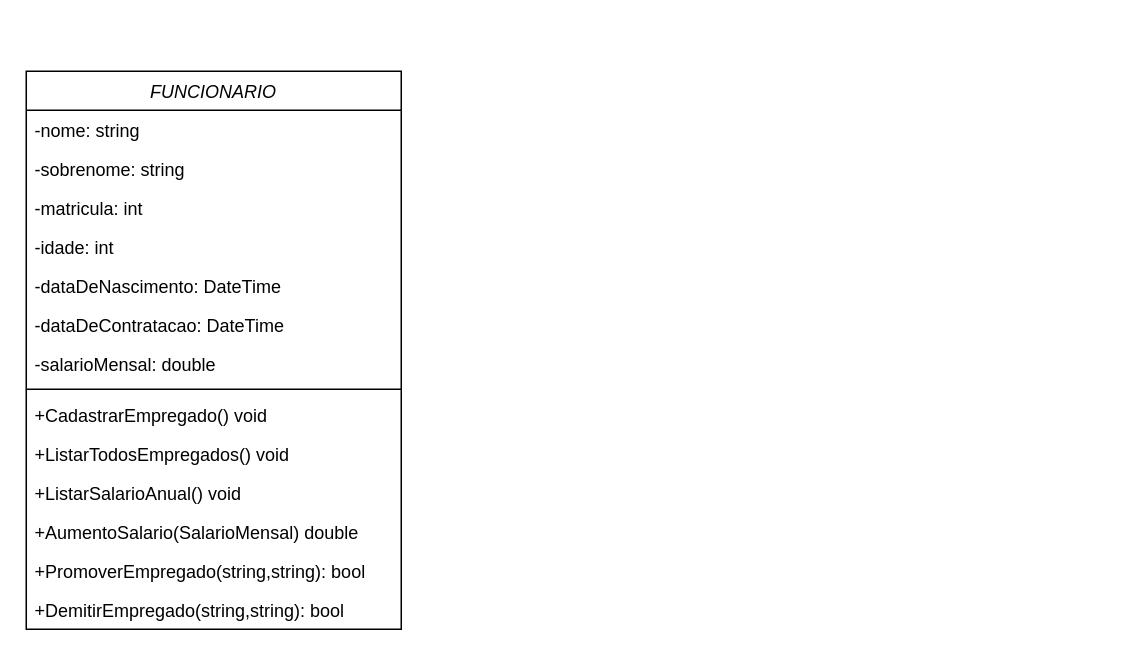
Before: Diagrama sem nome.drawio in Luthem01/EXEDUPLA, a draw.io diagram. Source tidied: cells renumbered, new cells numbered last; positions are measured from the earlier drawing's top-left corner, leaving out a move shared by most shapes. Both pictures are drawn from the tidied source at 150%, with x=0, y=0 at pixel (26, 70).
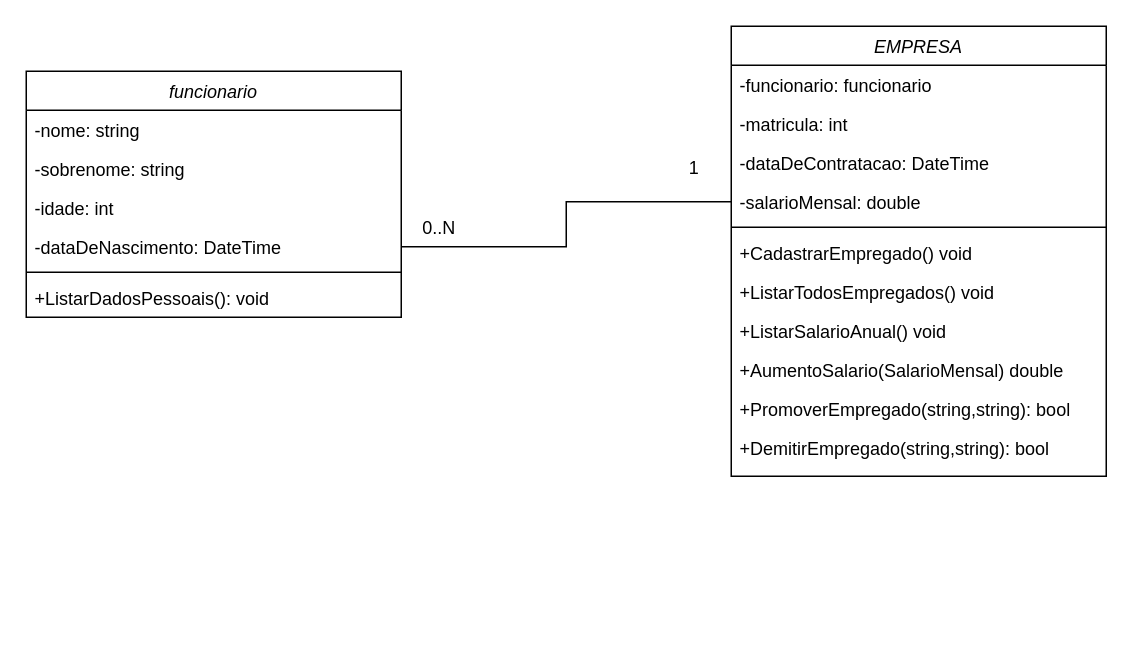
After the change.

What changed in the source:
```diff
@@
-    <mxCell id="2" value="FUNCIONARIO" style="swimlane;fontStyle=2;align=center;verticalAlign=top;horizontal=1;startSize=26;rounded=0;shadow=0;strokeWidth=1;" parent="1" vertex="1">
-      <mxGeometry width="250" height="372" as="geometry" />
+    <mxCell id="2" value="funcionario" style="swimlane;fontStyle=2;align=center;verticalAlign=top;horizontal=1;startSize=26;rounded=0;shadow=0;strokeWidth=1;" parent="1" vertex="1">
+      <mxGeometry width="250" height="164" as="geometry" />
     </mxCell>
@@
-    <mxCell id="5" value="-matricula: int" style="text;align=left;verticalAlign=top;spacingLeft=4;spacingRight=4;overflow=hidden;rounded=0;shadow=0;html=0;" parent="2" vertex="1">
-      <mxGeometry y="78" width="250" height="26" as="geometry" />
-    </mxCell>
     <mxCell id="6" value="-idade: int" style="text;align=left;verticalAlign=top;spacingLeft=4;spacingRight=4;overflow=hidden;points=[[0,0.5],[1,0.5]];portConstraint=eastwest;rounded=0;shadow=0;html=0;" parent="2" vertex="1">
-      <mxGeometry y="104" width="250" height="26" as="geometry" />
+      <mxGeometry y="78" width="250" height="26" as="geometry" />
     </mxCell>
     <mxCell id="7" value="-dataDeNascimento: DateTime" style="text;align=left;verticalAlign=top;spacingLeft=4;spacingRight=4;overflow=hidden;points=[[0,0.5],[1,0.5]];portConstraint=eastwest;rounded=0;shadow=0;html=0;" parent="2" vertex="1">
-      <mxGeometry y="130" width="250" height="26" as="geometry" />
+      <mxGeometry y="104" width="250" height="26" as="geometry" />
     </mxCell>
+    <mxCell id="10" style="line;html=1;strokeWidth=1;align=left;verticalAlign=middle;spacingTop=-1;spacingLeft=3;spacingRight=3;labelPosition=right;" parent="2" vertex="1">
+      <mxGeometry y="130" width="250" height="8" as="geometry" />
+    </mxCell>
+    <mxCell id="16" value="+ListarDadosPessoais(): void" style="text;align=left;verticalAlign=top;spacingLeft=4;spacingRight=4;overflow=hidden;" parent="2" vertex="1">
+      <mxGeometry y="138" width="250" height="26" as="geometry" />
+    </mxCell>
+    <mxCell id="17" value="EMPRESA" style="swimlane;fontStyle=2;align=center;verticalAlign=top;horizontal=1;startSize=26;rounded=0;shadow=0;strokeWidth=1;" parent="1" vertex="1">
+      <mxGeometry x="470" y="-30" width="250" height="300" as="geometry" />
+    </mxCell>
+    <mxCell id="18" value="-funcionario: funcionario" style="text;align=left;verticalAlign=top;spacingLeft=4;spacingRight=4;overflow=hidden;" parent="17" vertex="1">
+      <mxGeometry y="26" width="250" height="26" as="geometry" />
+    </mxCell>
+    <mxCell id="5" value="-matricula: int" style="text;align=left;verticalAlign=top;spacingLeft=4;spacingRight=4;overflow=hidden;rounded=0;shadow=0;html=0;" parent="17" vertex="1">
+      <mxGeometry y="52" width="250" height="26" as="geometry" />
+    </mxCell>
-    <mxCell id="8" value="-dataDeContratacao: DateTime" style="text;align=left;verticalAlign=top;spacingLeft=4;spacingRight=4;overflow=hidden;rounded=0;shadow=0;html=0;" parent="2" vertex="1">
-      <mxGeometry y="156" width="250" height="26" as="geometry" />
+    <mxCell id="8" value="-dataDeContratacao: DateTime" style="text;align=left;verticalAlign=top;spacingLeft=4;spacingRight=4;overflow=hidden;rounded=0;shadow=0;html=0;" parent="17" vertex="1">
+      <mxGeometry y="78" width="250" height="26" as="geometry" />
     </mxCell>
-    <mxCell id="9" value="-salarioMensal: double" style="text;align=left;verticalAlign=top;spacingLeft=4;spacingRight=4;overflow=hidden;points=[[0,0.5],[1,0.5]];portConstraint=eastwest;rounded=0;shadow=0;html=0;" parent="2" vertex="1">
-      <mxGeometry y="182" width="250" height="26" as="geometry" />
+    <mxCell id="9" value="-salarioMensal: double" style="text;align=left;verticalAlign=top;spacingLeft=4;spacingRight=4;overflow=hidden;points=[[0,0.5],[1,0.5]];portConstraint=eastwest;rounded=0;shadow=0;html=0;" parent="17" vertex="1">
+      <mxGeometry y="104" width="250" height="26" as="geometry" />
     </mxCell>
-    <mxCell id="10" style="line;html=1;strokeWidth=1;align=left;verticalAlign=middle;spacingTop=-1;spacingLeft=3;spacingRight=3;labelPosition=right;" parent="2" vertex="1">
-      <mxGeometry y="208" width="250" height="8" as="geometry" />
-    </mxCell>
+    <mxCell id="19" style="line;html=1;strokeWidth=1;align=left;verticalAlign=middle;spacingTop=-1;spacingLeft=3;spacingRight=3;labelPosition=right;" parent="17" vertex="1">
+      <mxGeometry y="130" width="250" height="8" as="geometry" />
+    </mxCell>
-    <mxCell id="11" value="+CadastrarEmpregado() void" style="text;align=left;verticalAlign=top;spacingLeft=4;spacingRight=4;overflow=hidden;" parent="2" vertex="1">
-      <mxGeometry y="216" width="250" height="26" as="geometry" />
+    <mxCell id="11" value="+CadastrarEmpregado() void" style="text;align=left;verticalAlign=top;spacingLeft=4;spacingRight=4;overflow=hidden;" parent="17" vertex="1">
+      <mxGeometry y="138" width="250" height="26" as="geometry" />
     </mxCell>
-    <mxCell id="12" value="+ListarTodosEmpregados() void" style="text;align=left;verticalAlign=top;spacingLeft=4;spacingRight=4;overflow=hidden;" parent="2" vertex="1">
-      <mxGeometry y="242" width="250" height="26" as="geometry" />
+    <mxCell id="12" value="+ListarTodosEmpregados() void" style="text;align=left;verticalAlign=top;spacingLeft=4;spacingRight=4;overflow=hidden;" parent="17" vertex="1">
+      <mxGeometry y="164" width="250" height="26" as="geometry" />
     </mxCell>
-    <mxCell id="13" value="+ListarSalarioAnual() void" style="text;align=left;verticalAlign=top;spacingLeft=4;spacingRight=4;overflow=hidden;" parent="2" vertex="1">
-      <mxGeometry y="268" width="250" height="26" as="geometry" />
+    <mxCell id="13" value="+ListarSalarioAnual() void" style="text;align=left;verticalAlign=top;spacingLeft=4;spacingRight=4;overflow=hidden;" parent="17" vertex="1">
+      <mxGeometry y="190" width="250" height="26" as="geometry" />
     </mxCell>
-    <mxCell id="14" value="+AumentoSalario(SalarioMensal) double" style="text;align=left;verticalAlign=top;spacingLeft=4;spacingRight=4;overflow=hidden;" parent="2" vertex="1">
-      <mxGeometry y="294" width="250" height="26" as="geometry" />
+    <mxCell id="14" value="+AumentoSalario(SalarioMensal) double" style="text;align=left;verticalAlign=top;spacingLeft=4;spacingRight=4;overflow=hidden;" parent="17" vertex="1">
+      <mxGeometry y="216" width="250" height="26" as="geometry" />
     </mxCell>
-    <mxCell id="15" value="+PromoverEmpregado(string,string): bool" style="text;align=left;verticalAlign=top;spacingLeft=4;spacingRight=4;overflow=hidden;" parent="2" vertex="1">
-      <mxGeometry y="320" width="250" height="26" as="geometry" />
+    <mxCell id="15" value="+PromoverEmpregado(string,string): bool" style="text;align=left;verticalAlign=top;spacingLeft=4;spacingRight=4;overflow=hidden;" parent="17" vertex="1">
+      <mxGeometry y="242" width="250" height="26" as="geometry" />
     </mxCell>
-    <mxCell id="16" value="+DemitirEmpregado(string,string): bool" style="text;align=left;verticalAlign=top;spacingLeft=4;spacingRight=4;overflow=hidden;" parent="2" vertex="1">
-      <mxGeometry y="346" width="250" height="26" as="geometry" />
-    </mxCell>
+    <mxCell id="20" value="+DemitirEmpregado(string,string): bool" style="text;align=left;verticalAlign=top;spacingLeft=4;spacingRight=4;overflow=hidden;" parent="17" vertex="1">
+      <mxGeometry y="268" width="250" height="26" as="geometry" />
+    </mxCell>
+    <mxCell id="21" style="edgeStyle=orthogonalEdgeStyle;rounded=0;jettySize=auto;html=1;exitX=0;exitY=0.5;exitDx=0;exitDy=0;entryX=1;entryY=0.5;entryDx=0;entryDy=0;strokeColor=none;endArrow=none;endFill=0;" parent="1" edge="1" source="9" target="6">
+      <mxGeometry relative="1" as="geometry" />
+    </mxCell>
+    <mxCell id="22" style="rounded=0;jettySize=auto;html=1;exitX=0;exitY=0.5;exitDx=0;exitDy=0;strokeColor=default;endArrow=none;endFill=0;entryX=1;entryY=0.5;entryDx=0;entryDy=0;edgeStyle=orthogonalEdgeStyle;" parent="1" edge="1" source="9" target="7">
+      <mxGeometry relative="1" as="geometry" />
+    </mxCell>
+    <mxCell id="23" value="0..N" style="text;html=1;align=center;verticalAlign=middle;strokeColor=none;fillColor=none;" parent="1" vertex="1">
+      <mxGeometry x="250" y="90" width="50" height="30" as="geometry" />
+    </mxCell>
+    <mxCell id="24" value="1" style="text;html=1;align=center;verticalAlign=middle;strokeColor=none;fillColor=none;" parent="1" vertex="1">
+      <mxGeometry x="430" y="50" width="30" height="30" as="geometry" />
+    </mxCell>
```
